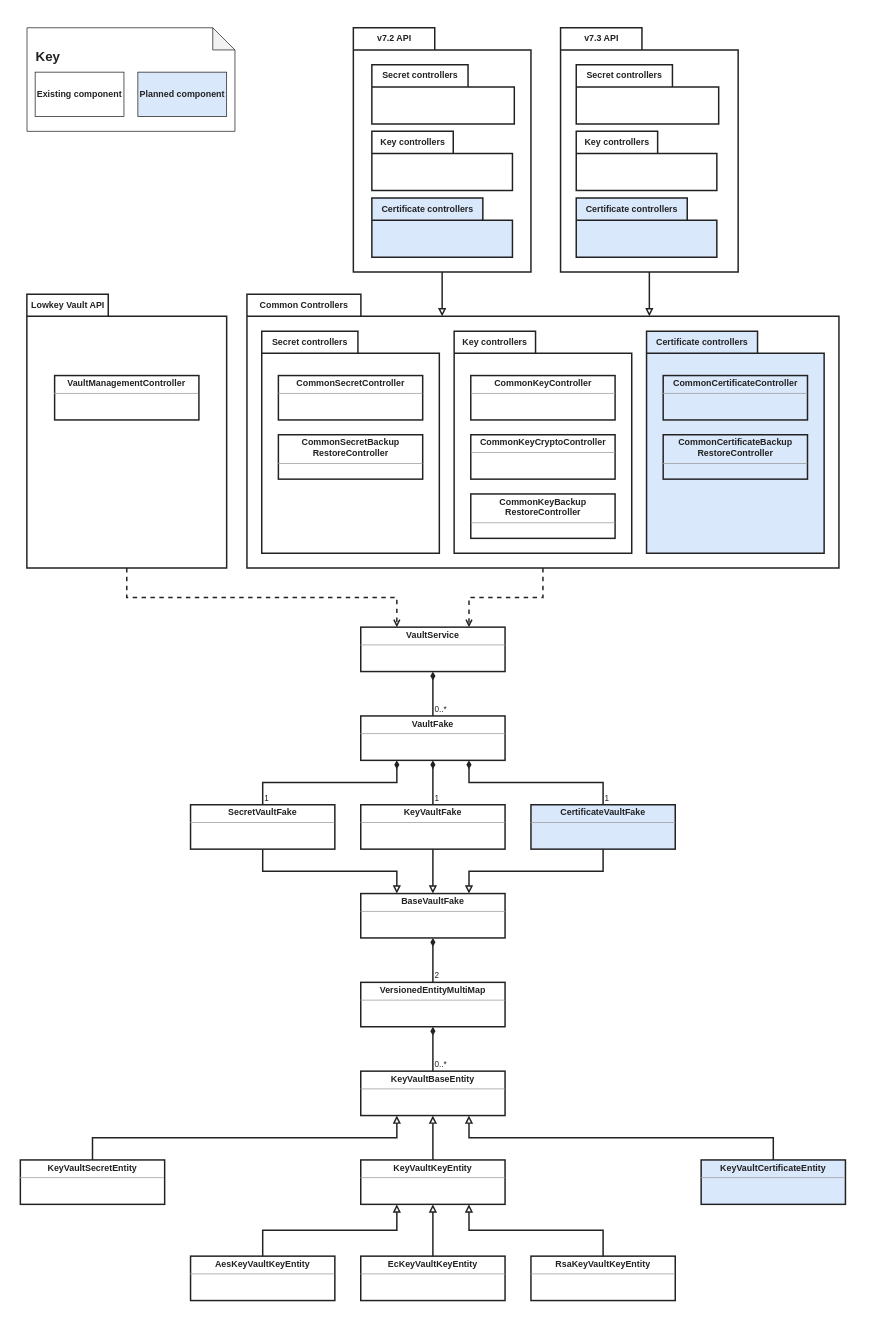
The draw.io diagram page "Classes" (2 of 2) of .github/assets/LowkeyVaultArchitecture.drawio in nagyesta/lowkey-vault, before the edit. Source tidied: cells renumbered, new cells numbered last; positions are measured from the earlier drawing's top-left corner, leaving out a move shared by most shapes. Both pictures are drawn from the tidied source at 74%, with x=0, y=0 at pixel (13, 13).
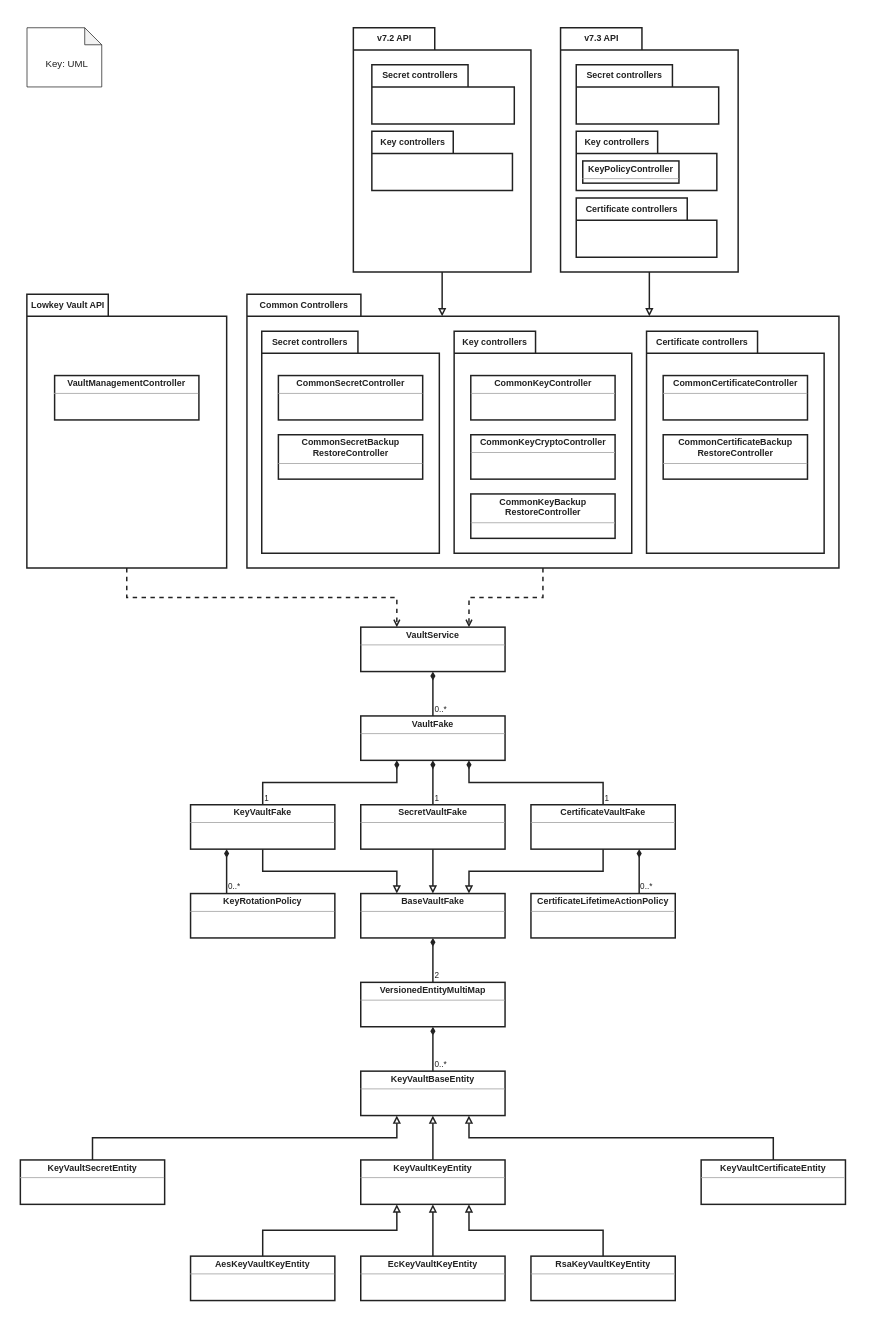
The same diagram, later.

Commit message (it also covers changes not shown here):
Update diagram with certificate changes

Unchanged cells that the change refers to:
```xml
<mxCell id="34" style="group;fontColor=#222222;" parent="1" vertex="1">
  <mxGeometry x="316.2" y="380" width="800" height="370" as="geometry" />
</mxCell>
```

The edit, as a diff of the source:
```diff
@@
-    <mxCell id="6" value="&lt;p style=&quot;margin: 0px ; margin-top: 4px ; text-align: center&quot;&gt;&lt;b&gt;KeyVaultFake&lt;/b&gt;&lt;/p&gt;&lt;hr size=&quot;1&quot;&gt;&lt;div style=&quot;height: 2px&quot;&gt;&lt;/div&gt;" style="verticalAlign=top;align=left;overflow=fill;fontSize=12;fontFamily=Helvetica;html=1;strokeWidth=2;fillColor=#FFFFFF;strokeColor=#222222;fontColor=#222222;" parent="1" vertex="1">
+    <mxCell id="6" value="&lt;p style=&quot;margin: 0px ; margin-top: 4px ; text-align: center&quot;&gt;&lt;b&gt;SecretVaultFake&lt;/b&gt;&lt;/p&gt;&lt;hr size=&quot;1&quot;&gt;&lt;div style=&quot;height: 2px&quot;&gt;&lt;/div&gt;" style="verticalAlign=top;align=left;overflow=fill;fontSize=12;fontFamily=Helvetica;html=1;strokeWidth=2;fillColor=#FFFFFF;strokeColor=#222222;fontColor=#222222;" parent="1" vertex="1">
       <mxGeometry x="470" y="1070" width="195" height="60" as="geometry" />
     </mxCell>
@@
-    <mxCell id="8" value="&lt;p style=&quot;margin: 0px ; margin-top: 4px ; text-align: center&quot;&gt;&lt;b&gt;SecretVaultFake&lt;/b&gt;&lt;/p&gt;&lt;hr size=&quot;1&quot;&gt;&lt;div style=&quot;height: 2px&quot;&gt;&lt;/div&gt;" style="verticalAlign=top;align=left;overflow=fill;fontSize=12;fontFamily=Helvetica;html=1;strokeWidth=2;fillColor=#FFFFFF;strokeColor=#222222;fontColor=#222222;" parent="1" vertex="1">
+    <mxCell id="8" value="&lt;p style=&quot;margin: 0px ; margin-top: 4px ; text-align: center&quot;&gt;&lt;b&gt;KeyVaultFake&lt;/b&gt;&lt;/p&gt;&lt;hr size=&quot;1&quot;&gt;&lt;div style=&quot;height: 2px&quot;&gt;&lt;/div&gt;" style="verticalAlign=top;align=left;overflow=fill;fontSize=12;fontFamily=Helvetica;html=1;strokeWidth=2;fillColor=#FFFFFF;strokeColor=#222222;fontColor=#222222;" parent="1" vertex="1">
       <mxGeometry x="240" y="1070" width="195" height="60" as="geometry" />
     </mxCell>
@@
-    <mxCell id="11" value="&lt;p style=&quot;margin: 0px ; margin-top: 4px ; text-align: center&quot;&gt;&lt;b&gt;CertificateVaultFake&lt;/b&gt;&lt;/p&gt;&lt;hr size=&quot;1&quot;&gt;&lt;div style=&quot;height: 2px&quot;&gt;&lt;/div&gt;" style="verticalAlign=top;align=left;overflow=fill;fontSize=12;fontFamily=Helvetica;html=1;strokeWidth=2;strokeColor=#222222;fontColor=#222222;fillColor=#DAE8FC;" parent="1" vertex="1">
+    <mxCell id="11" value="&lt;p style=&quot;margin: 0px ; margin-top: 4px ; text-align: center&quot;&gt;&lt;b&gt;CertificateVaultFake&lt;/b&gt;&lt;/p&gt;&lt;hr size=&quot;1&quot;&gt;&lt;div style=&quot;height: 2px&quot;&gt;&lt;/div&gt;" style="verticalAlign=top;align=left;overflow=fill;fontSize=12;fontFamily=Helvetica;html=1;strokeWidth=2;strokeColor=#222222;fontColor=#222222;" parent="1" vertex="1">
       <mxGeometry x="700" y="1070" width="195" height="60" as="geometry" />
     </mxCell>
@@
-    <mxCell id="22" value="&lt;p style=&quot;margin: 0px ; margin-top: 4px ; text-align: center&quot;&gt;&lt;b&gt;KeyVaultCertificateEntity&lt;/b&gt;&lt;/p&gt;&lt;hr size=&quot;1&quot;&gt;&lt;div style=&quot;height: 2px&quot;&gt;&lt;/div&gt;" style="verticalAlign=top;align=left;overflow=fill;fontSize=12;fontFamily=Helvetica;html=1;strokeWidth=2;strokeColor=#222222;fontColor=#222222;fillColor=#DAE8FC;" parent="1" vertex="1">
+    <mxCell id="22" value="&lt;p style=&quot;margin: 0px ; margin-top: 4px ; text-align: center&quot;&gt;&lt;b&gt;KeyVaultCertificateEntity&lt;/b&gt;&lt;/p&gt;&lt;hr size=&quot;1&quot;&gt;&lt;div style=&quot;height: 2px&quot;&gt;&lt;/div&gt;" style="verticalAlign=top;align=left;overflow=fill;fontSize=12;fontFamily=Helvetica;html=1;strokeWidth=2;strokeColor=#222222;fontColor=#222222;" parent="1" vertex="1">
       <mxGeometry x="930" y="1550" width="195" height="60" as="geometry" />
     </mxCell>
@@
-    <mxCell id="38" value="Certificate controllers" style="shape=folder;fontStyle=1;tabWidth=150;tabHeight=30;tabPosition=left;html=1;boundedLbl=1;labelInHeader=1;strokeWidth=2;strokeColor=#222222;fontColor=#222222;fillColor=#DAE8FC;" parent="34" vertex="1">
+    <mxCell id="38" value="Certificate controllers" style="shape=folder;fontStyle=1;tabWidth=150;tabHeight=30;tabPosition=left;html=1;boundedLbl=1;labelInHeader=1;strokeWidth=2;strokeColor=#222222;fontColor=#222222;" parent="34" vertex="1">
       <mxGeometry x="540" y="50" width="240" height="300" as="geometry" />
     </mxCell>
@@
-    <mxCell id="44" value="&lt;p style=&quot;margin: 0px ; margin-top: 4px ; text-align: center&quot;&gt;&lt;b&gt;CommonCertificateController&lt;/b&gt;&lt;/p&gt;&lt;hr size=&quot;1&quot;&gt;&lt;div style=&quot;height: 2px&quot;&gt;&lt;/div&gt;" style="verticalAlign=top;align=left;overflow=fill;fontSize=12;fontFamily=Helvetica;html=1;strokeWidth=2;strokeColor=#222222;fontColor=#222222;fillColor=#DAE8FC;" parent="34" vertex="1">
+    <mxCell id="44" value="&lt;p style=&quot;margin: 0px ; margin-top: 4px ; text-align: center&quot;&gt;&lt;b&gt;CommonCertificateController&lt;/b&gt;&lt;/p&gt;&lt;hr size=&quot;1&quot;&gt;&lt;div style=&quot;height: 2px&quot;&gt;&lt;/div&gt;" style="verticalAlign=top;align=left;overflow=fill;fontSize=12;fontFamily=Helvetica;html=1;strokeWidth=2;strokeColor=#222222;fontColor=#222222;" parent="34" vertex="1">
       <mxGeometry x="562.5" y="110" width="195" height="60" as="geometry" />
     </mxCell>
-    <mxCell id="45" value="&lt;p style=&quot;margin: 0px ; margin-top: 4px ; text-align: center&quot;&gt;&lt;b&gt;CommonCertificateBackup&lt;br&gt;RestoreController&lt;/b&gt;&lt;/p&gt;&lt;hr size=&quot;1&quot;&gt;&lt;div style=&quot;height: 2px&quot;&gt;&lt;/div&gt;" style="verticalAlign=top;align=left;overflow=fill;fontSize=12;fontFamily=Helvetica;html=1;strokeWidth=2;strokeColor=#222222;fontColor=#222222;fillColor=#DAE8FC;" parent="34" vertex="1">
+    <mxCell id="45" value="&lt;p style=&quot;margin: 0px ; margin-top: 4px ; text-align: center&quot;&gt;&lt;b&gt;CommonCertificateBackup&lt;br&gt;RestoreController&lt;/b&gt;&lt;/p&gt;&lt;hr size=&quot;1&quot;&gt;&lt;div style=&quot;height: 2px&quot;&gt;&lt;/div&gt;" style="verticalAlign=top;align=left;overflow=fill;fontSize=12;fontFamily=Helvetica;html=1;strokeWidth=2;strokeColor=#222222;fontColor=#222222;" parent="34" vertex="1">
       <mxGeometry x="562.5" y="190" width="195" height="60" as="geometry" />
     </mxCell>
@@
-    <mxCell id="51" value="Certificate controllers" style="shape=folder;fontStyle=1;tabWidth=150;tabHeight=30;tabPosition=left;html=1;boundedLbl=1;labelInHeader=1;strokeWidth=2;strokeColor=#222222;fontColor=#222222;sketch=0;fillColor=#DAE8FC;" parent="1" vertex="1">
-      <mxGeometry x="485" y="250" width="190" height="80" as="geometry" />
-    </mxCell>
@@
-    <mxCell id="55" value="Certificate controllers" style="shape=folder;fontStyle=1;tabWidth=150;tabHeight=30;tabPosition=left;html=1;boundedLbl=1;labelInHeader=1;strokeWidth=2;strokeColor=#222222;fontColor=#222222;sketch=0;fillColor=#DAE8FC;" parent="1" vertex="1">
+    <mxCell id="55" value="Certificate controllers" style="shape=folder;fontStyle=1;tabWidth=150;tabHeight=30;tabPosition=left;html=1;boundedLbl=1;labelInHeader=1;strokeWidth=2;strokeColor=#222222;fontColor=#222222;sketch=0;" parent="1" vertex="1">
       <mxGeometry x="761.2" y="250" width="190" height="80" as="geometry" />
     </mxCell>
@@
-    <mxCell id="59" value="&lt;br&gt;&amp;nbsp; Key" style="shape=note;whiteSpace=wrap;html=1;backgroundOutline=1;darkOpacity=0.05;fillColor=none;align=left;verticalAlign=top;fontStyle=1;fontSize=18;strokeColor=#222222;fontColor=#222222;" parent="1" vertex="1">
-      <mxGeometry x="19" y="20" width="281" height="140" as="geometry" />
+    <mxCell id="59" value="&lt;font style=&quot;font-size: 13px;&quot;&gt;&lt;br style=&quot;font-size: 13px;&quot;&gt;&lt;/font&gt;&lt;p style=&quot;font-size: 13px;&quot;&gt;&lt;font style=&quot;font-size: 13px;&quot;&gt;&amp;nbsp; Key: UML&lt;/font&gt;&lt;/p&gt;" style="shape=note;whiteSpace=wrap;html=1;backgroundOutline=1;darkOpacity=0.05;fillColor=none;align=center;verticalAlign=middle;fontStyle=0;fontSize=13;strokeColor=#222222;fontColor=#222222;size=23;" parent="1" vertex="1">
+      <mxGeometry x="19" y="20" width="101" height="80" as="geometry" />
     </mxCell>
-    <mxCell id="60" value="Existing component" style="rounded=0;whiteSpace=wrap;html=1;fillColor=none;fontSize=12;fontStyle=1;strokeColor=#222222;fontColor=#222222;" parent="1" vertex="1">
-      <mxGeometry x="30" y="80" width="120" height="60" as="geometry" />
-    </mxCell>
-    <mxCell id="61" value="Planned component" style="rounded=0;whiteSpace=wrap;html=1;fontSize=12;fontStyle=1;strokeColor=#222222;fontColor=#222222;sketch=0;fillColor=#DAE8FC;" parent="1" vertex="1">
-      <mxGeometry x="168.8" y="80" width="120" height="60" as="geometry" />
-    </mxCell>
+    <mxCell id="62" value="0..*" style="edgeStyle=orthogonalEdgeStyle;rounded=0;jettySize=auto;html=1;exitX=0.25;exitY=1;exitDx=0;exitDy=0;strokeWidth=2;startArrow=diamondThin;startFill=1;endArrow=none;endFill=0;labelPosition=right;verticalLabelPosition=top;align=left;verticalAlign=bottom;entryX=0.25;entryY=0;entryDx=0;entryDy=0;strokeColor=#222222;fontColor=#222222;" parent="1" edge="1" source="8" target="63">
+      <mxGeometry x="1" relative="1" as="geometry" />
+    </mxCell>
+    <mxCell id="63" value="&lt;p style=&quot;margin: 0px ; margin-top: 4px ; text-align: center&quot;&gt;&lt;b&gt;KeyRotationPolicy&lt;/b&gt;&lt;/p&gt;&lt;hr size=&quot;1&quot;&gt;&lt;div style=&quot;height: 2px&quot;&gt;&lt;/div&gt;" style="verticalAlign=top;align=left;overflow=fill;fontSize=12;fontFamily=Helvetica;html=1;strokeWidth=2;fillColor=#FFFFFF;strokeColor=#222222;fontColor=#222222;" parent="1" vertex="1">
+      <mxGeometry x="240" y="1190" width="195" height="60" as="geometry" />
+    </mxCell>
+    <mxCell id="64" value="&lt;p style=&quot;margin: 0px ; margin-top: 4px ; text-align: center&quot;&gt;&lt;b&gt;KeyPolicyController&lt;/b&gt;&lt;/p&gt;&lt;hr size=&quot;1&quot;&gt;&lt;div style=&quot;height: 2px&quot;&gt;&lt;/div&gt;" style="verticalAlign=top;align=left;overflow=fill;fontSize=12;fontFamily=Helvetica;html=1;strokeWidth=2;fillColor=#FFFFFF;strokeColor=#222222;fontColor=#222222;" parent="1" vertex="1">
+      <mxGeometry x="770" y="200" width="130" height="30" as="geometry" />
+    </mxCell>
+    <mxCell id="65" value="&lt;p style=&quot;margin: 0px ; margin-top: 4px ; text-align: center&quot;&gt;&lt;b&gt;CertificateLifetimeActionPolicy&lt;/b&gt;&lt;/p&gt;&lt;hr size=&quot;1&quot;&gt;&lt;div style=&quot;height: 2px&quot;&gt;&lt;/div&gt;" style="verticalAlign=top;align=left;overflow=fill;fontSize=12;fontFamily=Helvetica;html=1;strokeWidth=2;fillColor=#FFFFFF;strokeColor=#222222;fontColor=#222222;" parent="1" vertex="1">
+      <mxGeometry x="700" y="1190" width="195" height="60" as="geometry" />
+    </mxCell>
+    <mxCell id="66" value="0..*" style="edgeStyle=orthogonalEdgeStyle;rounded=0;jettySize=auto;html=1;exitX=0.75;exitY=1;exitDx=0;exitDy=0;strokeWidth=2;startArrow=diamondThin;startFill=1;endArrow=none;endFill=0;labelPosition=right;verticalLabelPosition=top;align=left;verticalAlign=bottom;entryX=0.75;entryY=0;entryDx=0;entryDy=0;strokeColor=#222222;fontColor=#222222;" parent="1" edge="1" source="11" target="65">
+      <mxGeometry x="1" relative="1" as="geometry" />
+    </mxCell>
```
